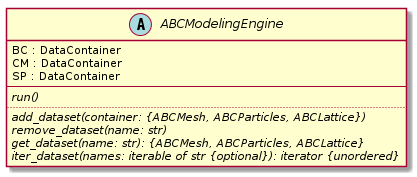
simphony/simphony-common keeps this PlantUML diagram as doc/source/images/engine.png. Above is the earlier version.
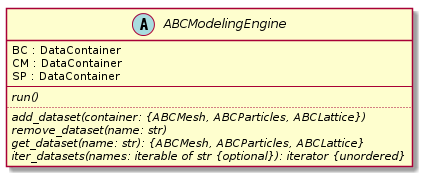
Later version of the same file.

Change to the diagram source:
```diff
@@ -9,6 +9,6 @@
   {abstract} add_dataset(container: {ABCMesh, ABCParticles, ABCLattice})
   {abstract} remove_dataset(name: str)
   {abstract} get_dataset(name: str): {ABCMesh, ABCParticles, ABCLattice}
-  {abstract} iter_dataset(names: iterable of str {optional}): iterator {unordered}
+  {abstract} iter_datasets(names: iterable of str {optional}): iterator {unordered}
 }
 @enduml
```
